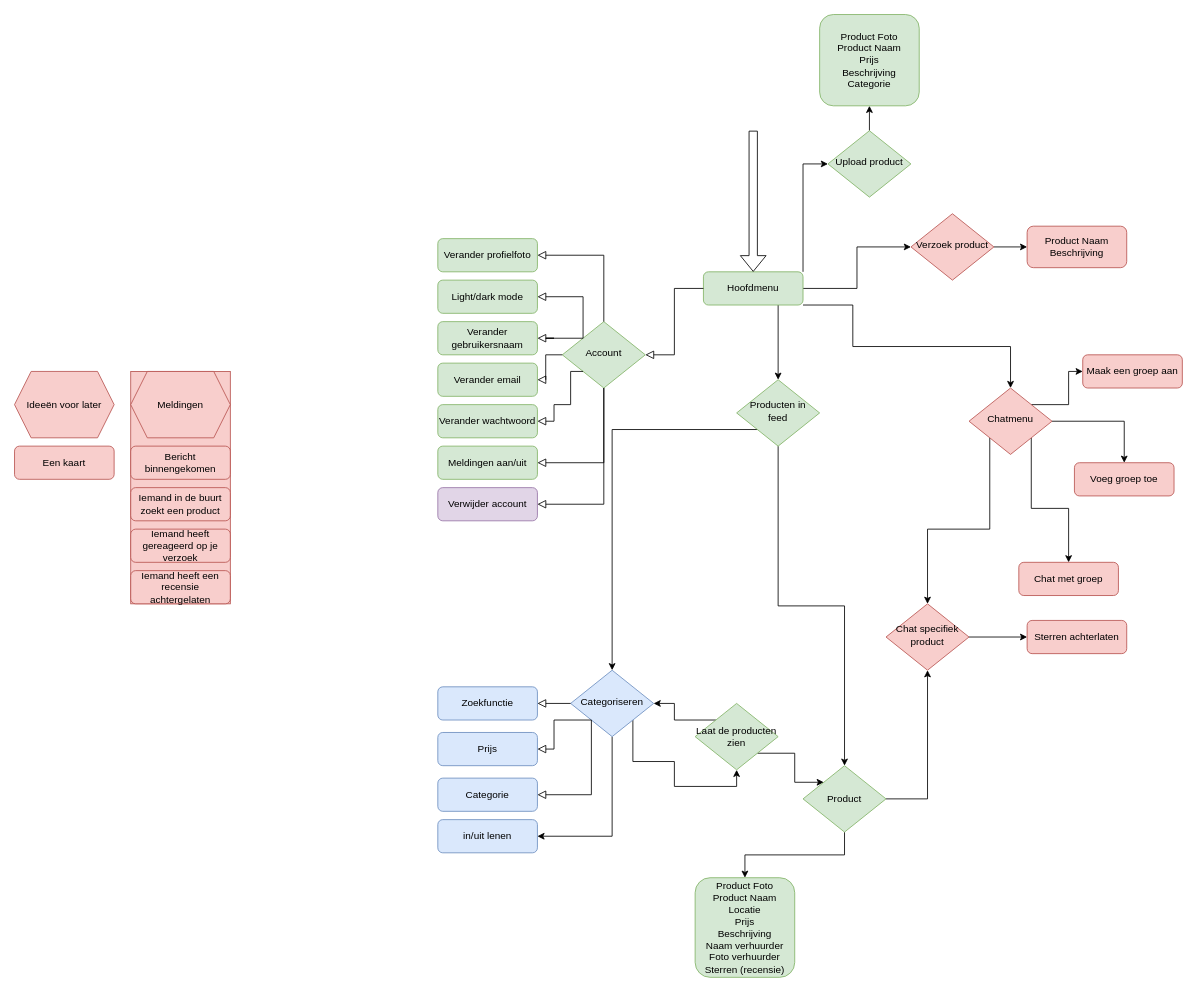
This is Diagram zonder titel.drawio from DevBlokJochem/ShareIT, a draw.io file, before an edit. Source tidied: cells renumbered, new cells numbered last; positions are measured from the earlier drawing's top-left corner, leaving out a move shared by most shapes. Both pictures are drawn from the tidied source at 83%, with x=0, y=0 at pixel (14, 14).
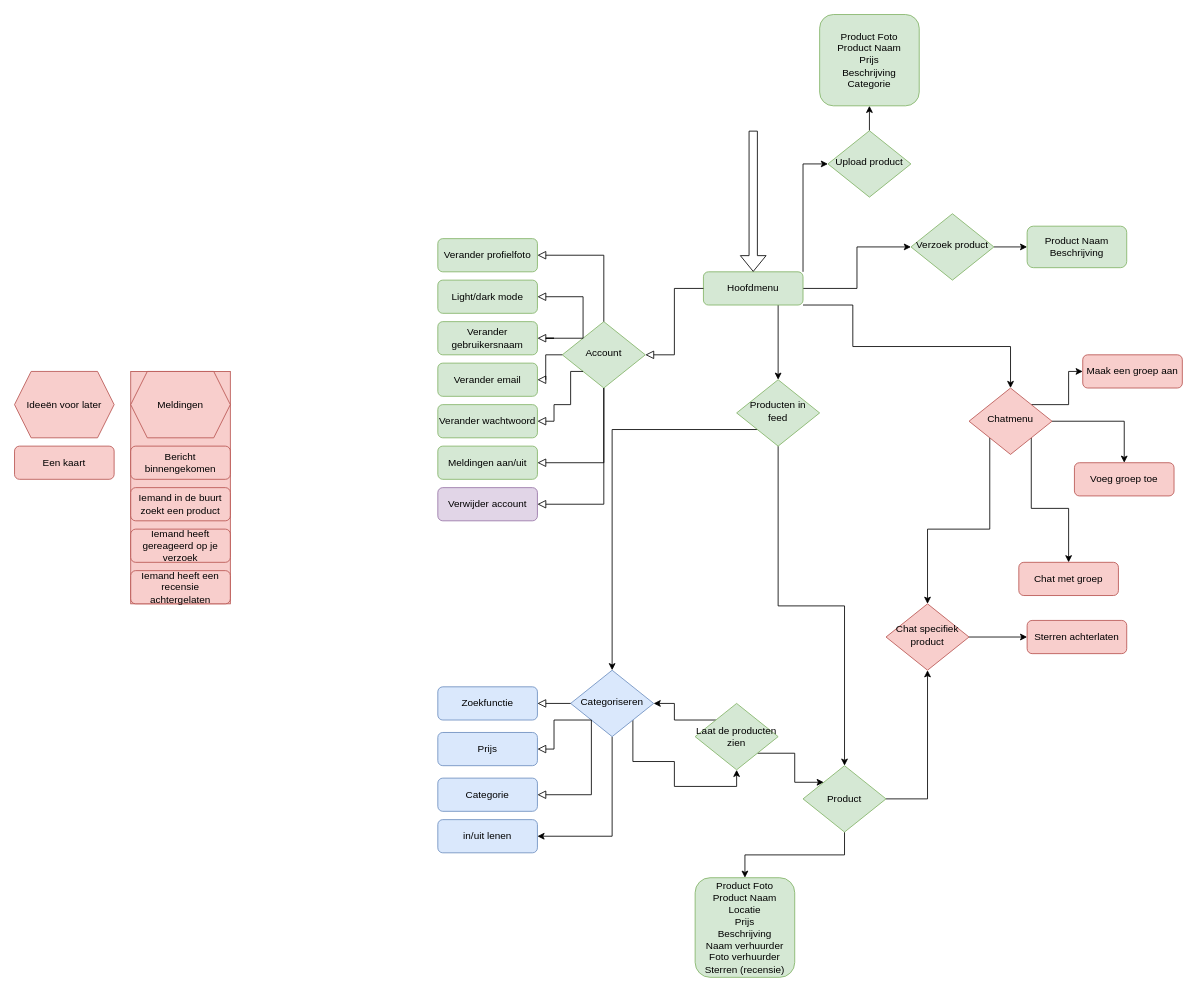
The same page after the edit.

Commit message:
Diagram bijwerken

What changed in the source:
```diff
@@
-    <mxCell id="62" value="Verzoek product" style="rhombus;whiteSpace=wrap;html=1;shadow=0;fontFamily=Helvetica;fontSize=12;align=center;strokeWidth=1;spacing=6;spacingTop=-4;fillColor=#f8cecc;strokeColor=#b85450;" parent="1" vertex="1">
+    <mxCell id="62" value="Verzoek product" style="rhombus;whiteSpace=wrap;html=1;shadow=0;fontFamily=Helvetica;fontSize=12;align=center;strokeWidth=1;spacing=6;spacingTop=-4;fillColor=#d5e8d4;strokeColor=#82b366;" parent="1" vertex="1">
       <mxGeometry x="1080" y="240" width="100" height="80" as="geometry" />
     </mxCell>
-    <mxCell id="63" value="Product Naam&lt;br&gt;Beschrijving" style="rounded=1;whiteSpace=wrap;html=1;fontSize=12;glass=0;strokeWidth=1;shadow=0;fillColor=#f8cecc;strokeColor=#b85450;" parent="1" vertex="1">
+    <mxCell id="63" value="Product Naam&lt;br&gt;Beschrijving" style="rounded=1;whiteSpace=wrap;html=1;fontSize=12;glass=0;strokeWidth=1;shadow=0;fillColor=#d5e8d4;strokeColor=#82b366;" parent="1" vertex="1">
       <mxGeometry x="1220" y="255" width="120" height="50" as="geometry" />
     </mxCell>
```
